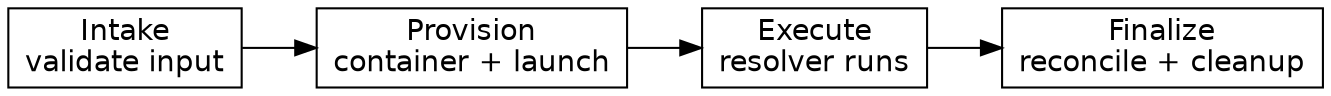
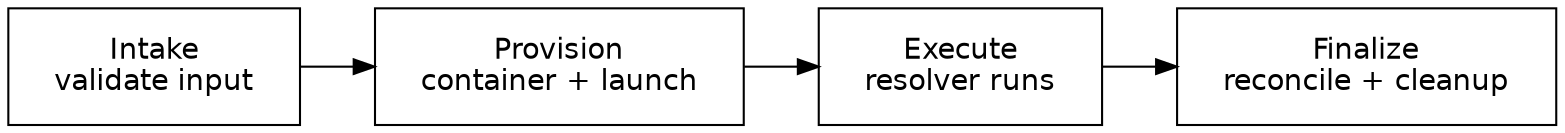
// The four lifecycle phases the platform moves every instance through.
digraph lifecycle_phases {
  rankdir=LR;
-   node [shape=box, fontname="Helvetica"];
+   node [shape=box, fontsize=14, margin="0.3,0.18", fontname="Helvetica"];

-   intake    [label="Intake\nvalidate input"];
-   provision [label="Provision\ncontainer + launch"];
-   execute   [label="Execute\nresolver runs"];
-   finalize  [label="Finalize\nreconcile + cleanup"];
+   intake    [class="platform", label="Intake\nvalidate input"];
+   provision [class="platform", label="Provision\ncontainer + launch"];
+   execute   [class="active", label="Execute\nresolver runs"];
+   finalize  [class="good", label="Finalize\nreconcile + cleanup"];

  intake -> provision -> execute -> finalize;
}
